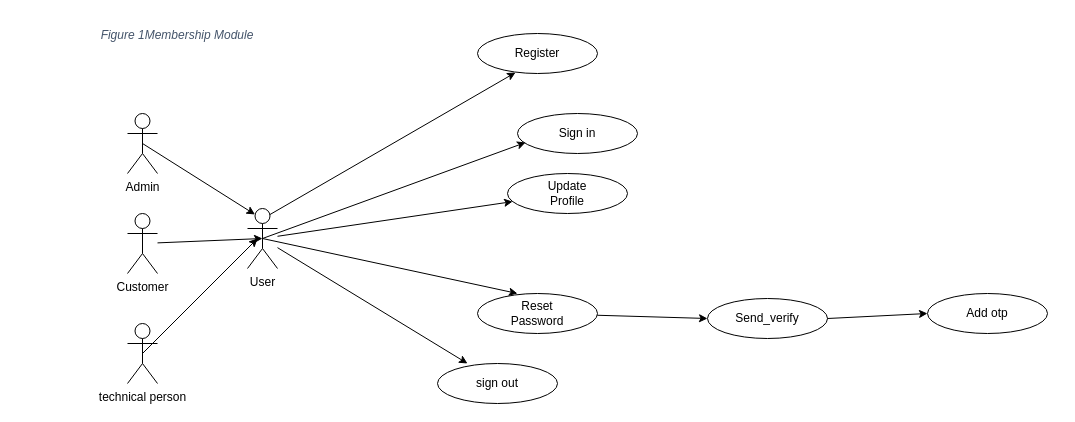
PG-Dac-Project/PG-DAC-Project keeps this draw.io diagram as Untitled Diagram.drawio. Above is the earlier version. Source tidied: cells renumbered, new cells numbered last; positions are measured from the earlier drawing's top-left corner, leaving out a move shared by most shapes. Both pictures are drawn from the tidied source at 100%, with x=0, y=0 at pixel (17, 23).
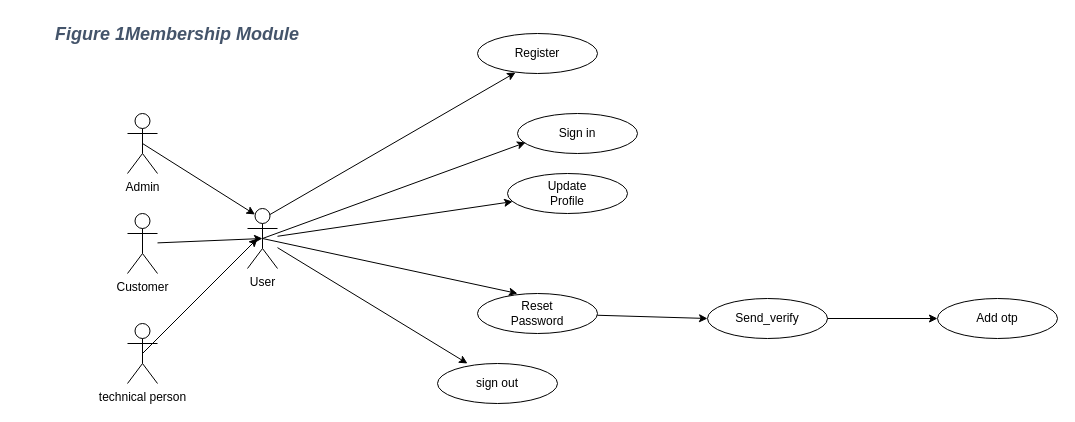
Above is the later version.

Change to the diagram source:
```diff
@@
-    <mxCell id="3" value="&lt;p style=&quot;line-height: 1px; text-align: left; margin-bottom: 0.35cm; direction: ltr; background: transparent; font-size: medium; break-after: avoid;&quot;&gt;&lt;font color=&quot;#44546a&quot;&gt;&lt;font style=&quot;font-size: 9pt;&quot;&gt;&lt;i&gt;Figure 1Membership Module&lt;/i&gt;&lt;/font&gt;&lt;/font&gt;&lt;/p&gt;" style="text;html=1;strokeColor=none;fillColor=none;align=center;verticalAlign=middle;whiteSpace=wrap;rounded=0;" parent="1" vertex="1">
+    <mxCell id="3" value="&lt;h2 style=&quot;line-height: 1px; text-align: left; margin-bottom: 0.35cm; direction: ltr; background: transparent; break-after: avoid;&quot;&gt;&lt;font style=&quot;&quot; color=&quot;#44546a&quot;&gt;&lt;font style=&quot;font-size: 18px;&quot;&gt;&lt;i style=&quot;&quot;&gt;Figure 1Membership Module&lt;/i&gt;&lt;/font&gt;&lt;/font&gt;&lt;/h2&gt;" style="text;html=1;strokeColor=none;fillColor=none;align=center;verticalAlign=middle;whiteSpace=wrap;rounded=0;" parent="1" vertex="1">
       <mxGeometry width="320" height="20" as="geometry" />
     </mxCell>
@@
     <mxCell id="27" style="ellipse;whiteSpace=wrap;html=1;" parent="1" vertex="1">
-      <mxGeometry x="910" y="270" width="120" height="40" as="geometry" />
+      <mxGeometry x="920" y="275" width="120" height="40" as="geometry" />
     </mxCell>
     <mxCell id="28" value="Add otp" style="text;html=1;strokeColor=none;fillColor=none;align=center;verticalAlign=middle;whiteSpace=wrap;rounded=0;" parent="1" vertex="1">
-      <mxGeometry x="940" y="275" width="60" height="30" as="geometry" />
+      <mxGeometry x="950" y="280" width="60" height="30" as="geometry" />
     </mxCell>
```
